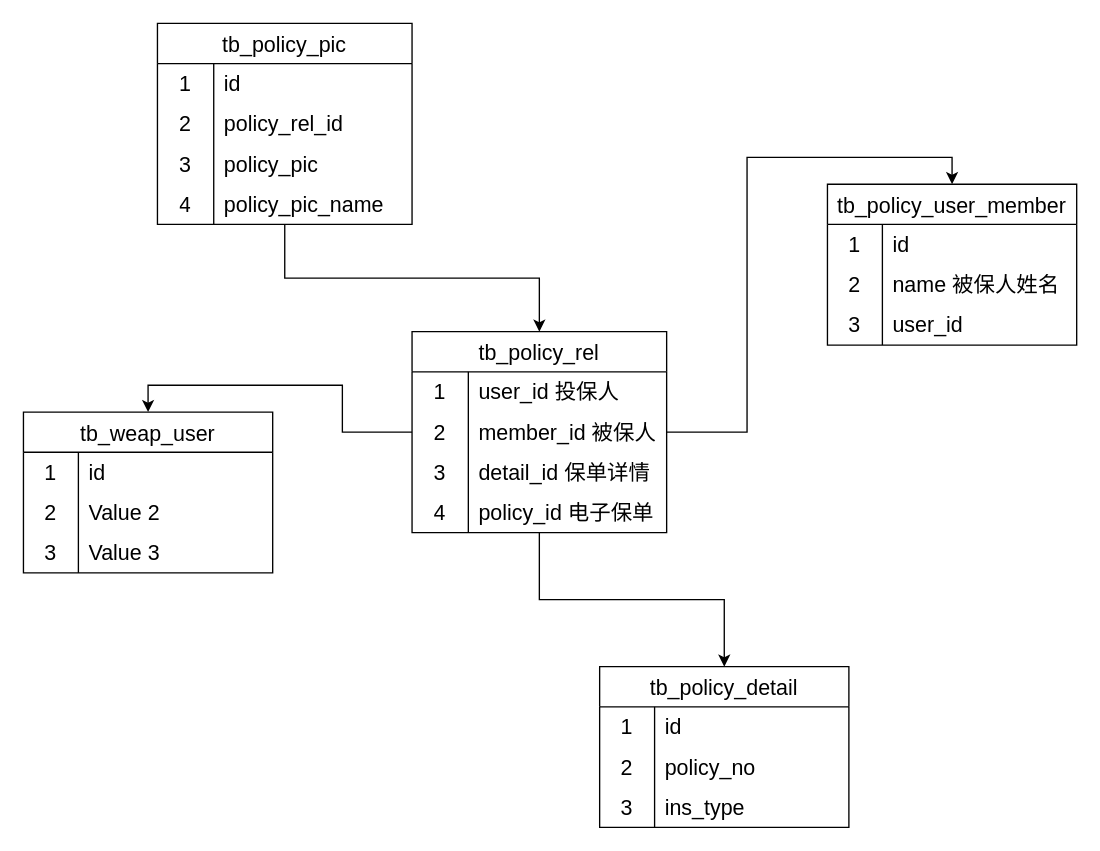
The draw.io diagram src/未命名绘图.drawio in chris950424/work-add, before the edit. Source tidied: cells renumbered, new cells numbered last; positions are measured from the earlier drawing's top-left corner, leaving out a move shared by most shapes. Both pictures are drawn from the tidied source at 134%, with x=0, y=0 at pixel (23, 23).
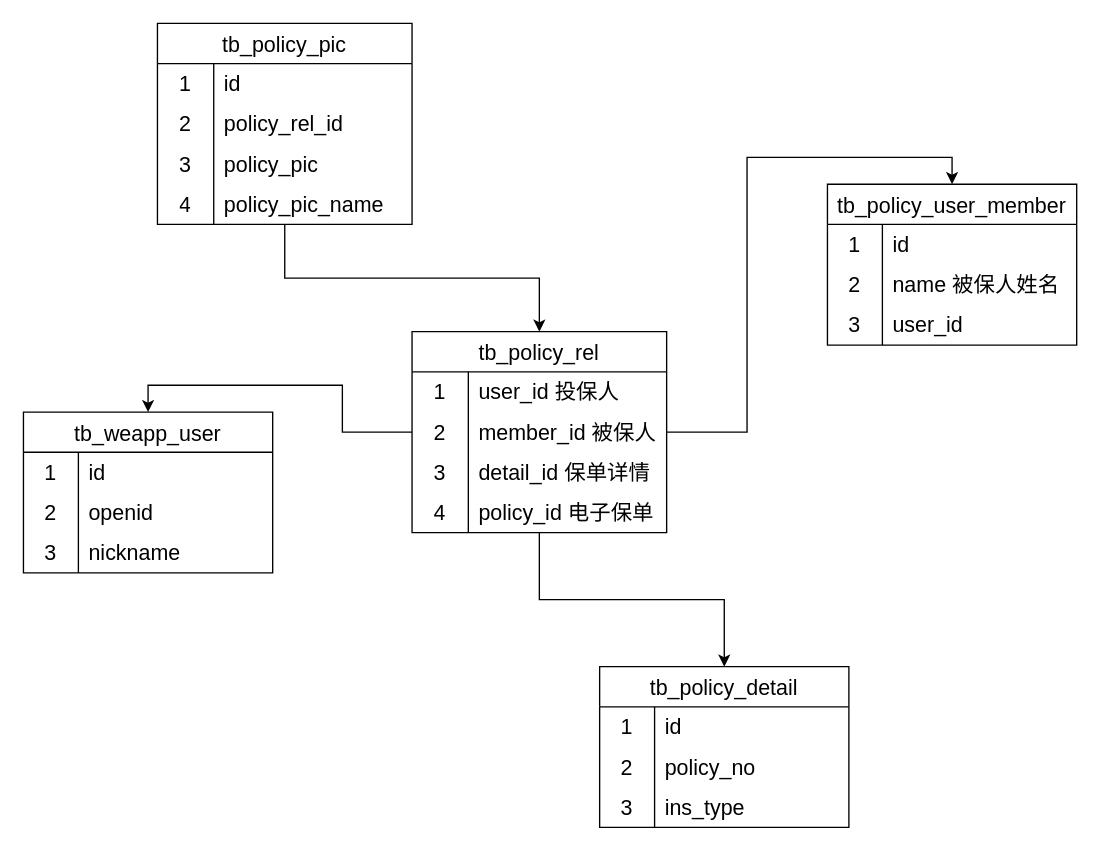
The same diagram, later.

Commit message (it also covers changes not shown here):
更新未命名绘图.drawio

Unchanged cells that the change refers to:
```xml
<mxCell id="29" style="shape=tableRow;horizontal=0;startSize=0;swimlaneHead=0;swimlaneBody=0;top=0;left=0;bottom=0;right=0;fillColor=none;strokeColor=inherit;fontSize=16;" parent="25" vertex="1">
  <mxGeometry y="60" width="186" height="30" as="geometry" />
</mxCell>
<mxCell id="32" style="shape=tableRow;horizontal=0;startSize=0;swimlaneHead=0;swimlaneBody=0;top=0;left=0;bottom=0;right=0;fillColor=none;strokeColor=inherit;fontSize=16;" parent="25" vertex="1">
  <mxGeometry y="90" width="186" height="30" as="geometry" />
</mxCell>
```

Diff of the diagram source:
```diff
@@
-    <mxCell id="25" value="tb_weap_user" style="shape=table;startSize=30;childLayout=tableLayout;rowLines=0;fontStyle=0;strokeColor=default;fontSize=16;" parent="1" vertex="1">
+    <mxCell id="25" value="tb_weapp_user" style="shape=table;startSize=30;childLayout=tableLayout;rowLines=0;fontStyle=0;strokeColor=default;fontSize=16;" parent="1" vertex="1">
       <mxGeometry y="290" width="186" height="120" as="geometry" />
     </mxCell>
@@
-    <mxCell id="31" value="Value 2" style="shape=partialRectangle;html=1;whiteSpace=wrap;fillColor=none;top=0;left=0;bottom=0;right=0;align=left;spacingLeft=6;overflow=hidden;strokeColor=inherit;fontSize=16;" parent="29" vertex="1">
+    <mxCell id="31" value="openid" style="shape=partialRectangle;html=1;whiteSpace=wrap;fillColor=none;top=0;left=0;bottom=0;right=0;align=left;spacingLeft=6;overflow=hidden;strokeColor=inherit;fontSize=16;" parent="29" vertex="1">
       <mxGeometry x="41" width="145" height="30" as="geometry" />
     </mxCell>
@@
-    <mxCell id="34" value="Value 3" style="shape=partialRectangle;html=1;whiteSpace=wrap;fillColor=none;top=0;left=0;bottom=0;right=0;align=left;spacingLeft=6;overflow=hidden;strokeColor=inherit;fontSize=16;" parent="32" vertex="1">
+    <mxCell id="34" value="nickname" style="shape=partialRectangle;html=1;whiteSpace=wrap;fillColor=none;top=0;left=0;bottom=0;right=0;align=left;spacingLeft=6;overflow=hidden;strokeColor=inherit;fontSize=16;" parent="32" vertex="1">
       <mxGeometry x="41" width="145" height="30" as="geometry" />
     </mxCell>
```
